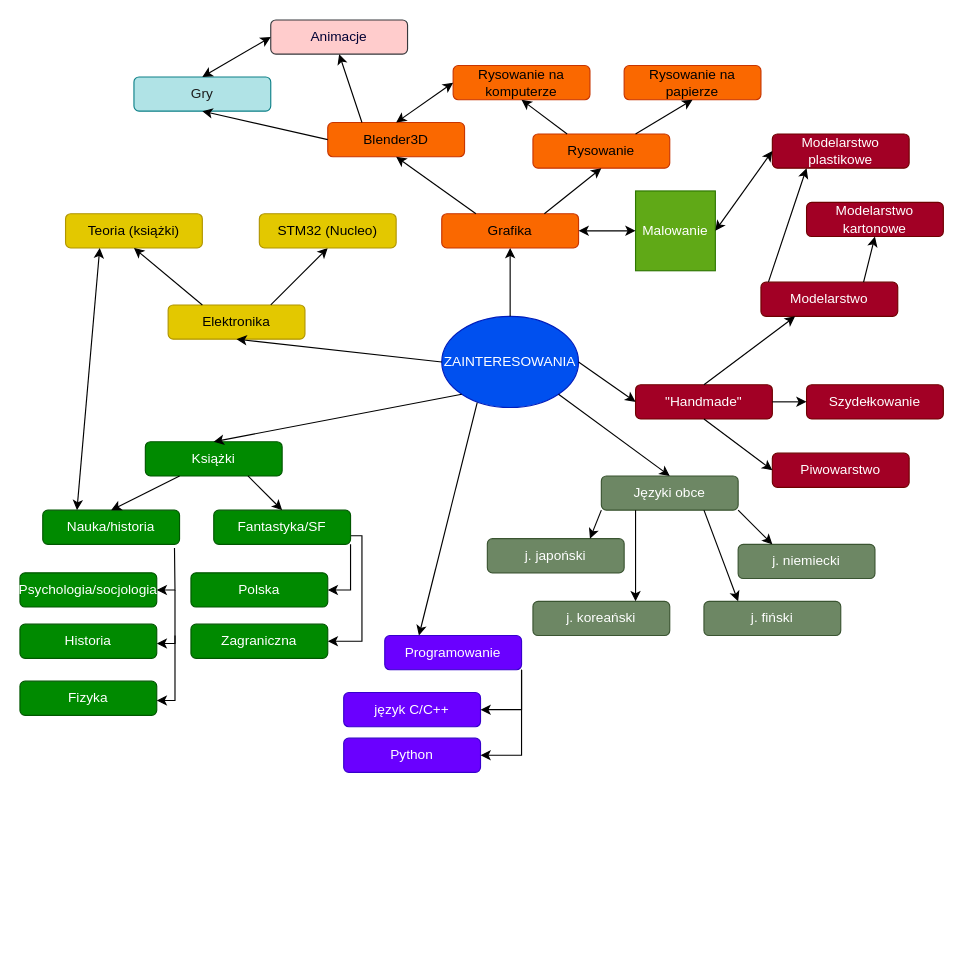
Dexmo-7/myWarmingUp keeps this draw.io diagram as Diagram bez tytułu.drawio. Above is the earlier version. Source tidied: cells renumbered, new cells numbered last; positions are measured from the earlier drawing's top-left corner, leaving out a move shared by most shapes. Both pictures are drawn from the tidied source at 114%, with x=0, y=0 at pixel (19, 19).
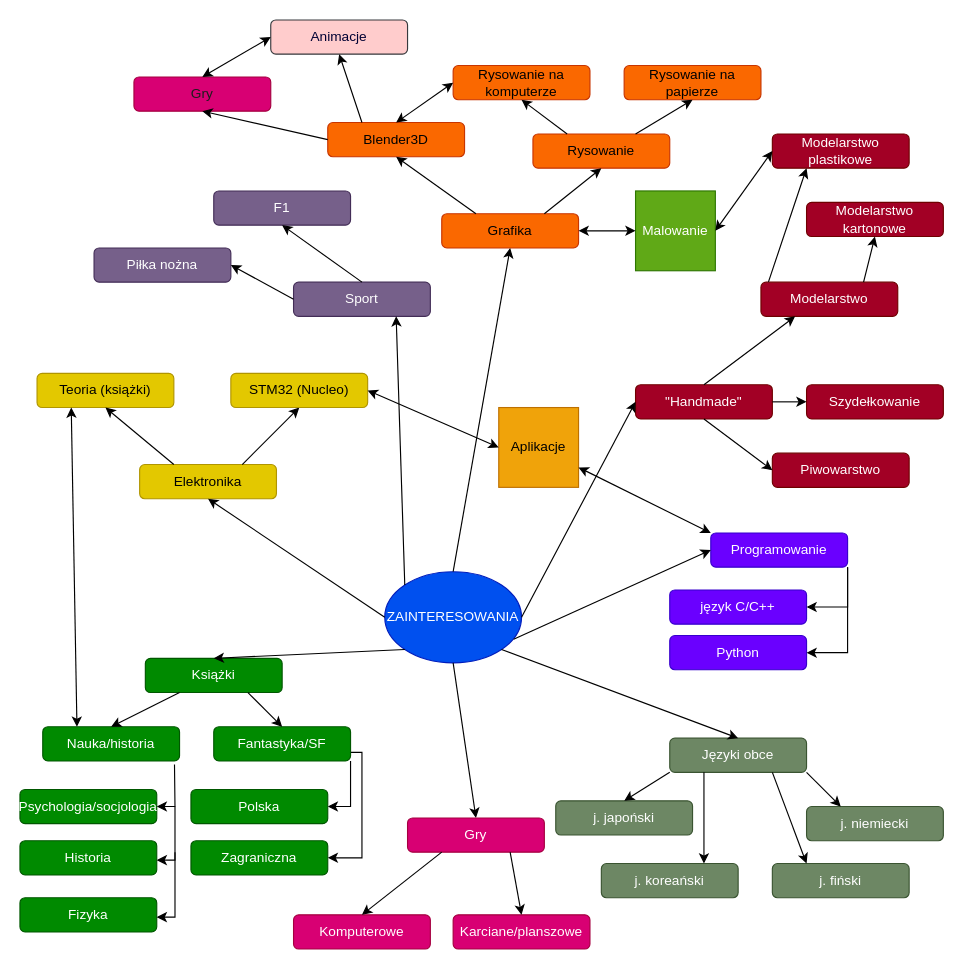
The same page after the edit.

Change to the diagram source:
```diff
@@
     <mxCell id="2" value="Elektronika" style="rounded=1;whiteSpace=wrap;html=1;fillColor=#e3c800;fontColor=#000000;strokeColor=#B09500;" parent="1" vertex="1">
-      <mxGeometry x="130" y="250" width="120" height="30" as="geometry" />
+      <mxGeometry x="105" y="390" width="120" height="30" as="geometry" />
     </mxCell>
@@
     <mxCell id="4" value="STM32 (Nucleo)" style="rounded=1;whiteSpace=wrap;html=1;fillColor=#e3c800;fontColor=#000000;strokeColor=#B09500;" parent="1" vertex="1">
-      <mxGeometry x="210" y="170" width="120" height="30" as="geometry" />
+      <mxGeometry x="185" y="310" width="120" height="30" as="geometry" />
     </mxCell>
@@
     <mxCell id="6" value="ZAINTERESOWANIA" style="ellipse;whiteSpace=wrap;html=1;fillColor=#0050ef;strokeColor=#001DBC;fontColor=#ffffff;" parent="1" vertex="1">
-      <mxGeometry x="370" y="260" width="120" height="80" as="geometry" />
+      <mxGeometry x="320" y="484" width="120" height="80" as="geometry" />
     </mxCell>
@@
     <mxCell id="9" value="Teoria (książki)" style="rounded=1;whiteSpace=wrap;html=1;fillColor=#e3c800;fontColor=#000000;strokeColor=#B09500;" parent="1" vertex="1">
-      <mxGeometry x="40" y="170" width="120" height="30" as="geometry" />
+      <mxGeometry x="15" y="310" width="120" height="30" as="geometry" />
     </mxCell>
@@
     <mxCell id="17" value="Książki" style="rounded=1;whiteSpace=wrap;html=1;fillColor=#008a00;fontColor=#ffffff;strokeColor=#005700;" parent="1" vertex="1">
-      <mxGeometry x="110" y="370" width="120" height="30" as="geometry" />
+      <mxGeometry x="110" y="560" width="120" height="30" as="geometry" />
     </mxCell>
@@
     <mxCell id="20" style="edgeStyle=orthogonalEdgeStyle;rounded=0;jettySize=auto;html=1;entryX=1;entryY=0.5;entryDx=0;entryDy=0;exitX=1;exitY=0.75;exitDx=0;exitDy=0;" parent="1" edge="1" source="21" target="60">
       <mxGeometry relative="1" as="geometry">
         <Array as="points">
-          <mxPoint x="300" y="453" />
-          <mxPoint x="300" y="545" />
+          <mxPoint x="300" y="643" />
+          <mxPoint x="300" y="735" />
         </Array>
       </mxGeometry>
     </mxCell>
     <mxCell id="21" value="Fantastyka/SF" style="rounded=1;whiteSpace=wrap;html=1;fillColor=#008a00;fontColor=#ffffff;strokeColor=#005700;" parent="1" vertex="1">
-      <mxGeometry x="170" y="430" width="120" height="30" as="geometry" />
+      <mxGeometry x="170" y="620" width="120" height="30" as="geometry" />
     </mxCell>
     <mxCell id="22" value="Nauka/historia" style="rounded=1;whiteSpace=wrap;html=1;fillColor=#008a00;fontColor=#ffffff;strokeColor=#005700;" parent="1" vertex="1">
-      <mxGeometry x="20" y="430" width="120" height="30" as="geometry" />
+      <mxGeometry x="20" y="620" width="120" height="30" as="geometry" />
     </mxCell>
@@
-    <mxCell id="43" value="&lt;font color=&quot;#1c1c1c&quot;&gt;Gry&lt;/font&gt;" style="rounded=1;whiteSpace=wrap;html=1;fillColor=#b0e3e6;strokeColor=#0e8088;" parent="1" vertex="1">
+    <mxCell id="43" value="&lt;font color=&quot;#1c1c1c&quot;&gt;Gry&lt;/font&gt;" style="rounded=1;whiteSpace=wrap;html=1;fillColor=#d80073;strokeColor=#A50040;fontColor=#ffffff;" parent="1" vertex="1">
       <mxGeometry x="100" y="50" width="120" height="30" as="geometry" />
     </mxCell>
@@
     <mxCell id="49" value="Języki obce" style="rounded=1;whiteSpace=wrap;html=1;fillColor=#6d8764;fontColor=#ffffff;strokeColor=#3A5431;" parent="1" vertex="1">
-      <mxGeometry x="510" y="400" width="120" height="30" as="geometry" />
+      <mxGeometry x="570" y="630" width="120" height="30" as="geometry" />
     </mxCell>
@@
     <mxCell id="51" value="j. japoński" style="rounded=1;whiteSpace=wrap;html=1;fillColor=#6d8764;fontColor=#ffffff;strokeColor=#3A5431;" parent="1" vertex="1">
-      <mxGeometry x="410" y="455" width="120" height="30" as="geometry" />
+      <mxGeometry x="470" y="685" width="120" height="30" as="geometry" />
     </mxCell>
     <mxCell id="52" value="j. niemiecki" style="rounded=1;whiteSpace=wrap;html=1;fillColor=#6d8764;fontColor=#ffffff;strokeColor=#3A5431;" parent="1" vertex="1">
-      <mxGeometry x="630" y="460" width="120" height="30" as="geometry" />
+      <mxGeometry x="690" y="690" width="120" height="30" as="geometry" />
     </mxCell>
     <mxCell id="53" value="j. koreański" style="rounded=1;whiteSpace=wrap;html=1;fillColor=#6d8764;fontColor=#ffffff;strokeColor=#3A5431;" parent="1" vertex="1">
-      <mxGeometry x="450" y="510" width="120" height="30" as="geometry" />
+      <mxGeometry x="510" y="740" width="120" height="30" as="geometry" />
     </mxCell>
     <mxCell id="54" value="j. fiński" style="rounded=1;whiteSpace=wrap;html=1;fillColor=#6d8764;fontColor=#ffffff;strokeColor=#3A5431;" parent="1" vertex="1">
-      <mxGeometry x="600" y="510" width="120" height="30" as="geometry" />
+      <mxGeometry x="660" y="740" width="120" height="30" as="geometry" />
     </mxCell>
-    <mxCell id="55" style="endArrow=classic;html=1;rounded=0;entryX=0.75;entryY=0;entryDx=0;entryDy=0;exitX=0;exitY=1;exitDx=0;exitDy=0;" parent="1" edge="1" source="49" target="51">
+    <mxCell id="55" style="endArrow=classic;html=1;rounded=0;entryX=0.5;entryY=0;entryDx=0;entryDy=0;exitX=0;exitY=1;exitDx=0;exitDy=0;" parent="1" edge="1" source="49" target="51">
       <mxGeometry relative="1" as="geometry" />
     </mxCell>
@@
     <mxCell id="59" value="Polska" style="rounded=1;whiteSpace=wrap;html=1;fillColor=#008a00;fontColor=#ffffff;strokeColor=#005700;" parent="1" vertex="1">
-      <mxGeometry x="150" y="485" width="120" height="30" as="geometry" />
+      <mxGeometry x="150" y="675" width="120" height="30" as="geometry" />
     </mxCell>
     <mxCell id="60" value="Zagraniczna" style="rounded=1;whiteSpace=wrap;html=1;fillColor=#008a00;fontColor=#ffffff;strokeColor=#005700;" parent="1" vertex="1">
-      <mxGeometry x="150" y="530" width="120" height="30" as="geometry" />
+      <mxGeometry x="150" y="720" width="120" height="30" as="geometry" />
     </mxCell>
     <mxCell id="61" value="Psychologia/socjologia" style="rounded=1;whiteSpace=wrap;html=1;fillColor=#008a00;fontColor=#ffffff;strokeColor=#005700;" parent="1" vertex="1">
-      <mxGeometry y="485" width="120" height="30" as="geometry" />
+      <mxGeometry y="675" width="120" height="30" as="geometry" />
     </mxCell>
     <mxCell id="62" value="Fizyka" style="rounded=1;whiteSpace=wrap;html=1;fillColor=#008a00;fontColor=#ffffff;strokeColor=#005700;" parent="1" vertex="1">
-      <mxGeometry y="580" width="120" height="30" as="geometry" />
+      <mxGeometry y="770" width="120" height="30" as="geometry" />
     </mxCell>
     <mxCell id="63" style="endArrow=classic;html=1;rounded=0;exitX=0.963;exitY=1.107;exitDx=0;exitDy=0;entryX=1;entryY=0.5;entryDx=0;entryDy=0;exitPerimeter=0;" parent="1" edge="1" source="22" target="61">
       <mxGeometry relative="1" as="geometry">
         <Array as="points">
-          <mxPoint x="136" y="500" />
+          <mxPoint x="136" y="690" />
         </Array>
       </mxGeometry>
     </mxCell>
     <mxCell id="64" style="endArrow=classic;html=1;rounded=0;" parent="1" edge="1">
       <mxGeometry relative="1" as="geometry">
-        <mxPoint x="136" y="500" as="sourcePoint" />
-        <mxPoint x="120" y="547" as="targetPoint" />
+        <mxPoint x="136" y="690" as="sourcePoint" />
+        <mxPoint x="120" y="737" as="targetPoint" />
         <Array as="points">
-          <mxPoint x="136" y="547" />
+          <mxPoint x="136" y="737" />
         </Array>
       </mxGeometry>
     </mxCell>
     <mxCell id="65" style="endArrow=classic;html=1;rounded=0;" parent="1" edge="1">
       <mxGeometry relative="1" as="geometry">
-        <mxPoint x="136" y="540" as="sourcePoint" />
-        <mxPoint x="120" y="597" as="targetPoint" />
+        <mxPoint x="136" y="730" as="sourcePoint" />
+        <mxPoint x="120" y="787" as="targetPoint" />
         <Array as="points">
-          <mxPoint x="136" y="597" />
+          <mxPoint x="136" y="787" />
         </Array>
       </mxGeometry>
     </mxCell>
     <mxCell id="66" value="Historia" style="rounded=1;whiteSpace=wrap;html=1;fillColor=#008a00;fontColor=#ffffff;strokeColor=#005700;" parent="1" vertex="1">
-      <mxGeometry y="530" width="120" height="30" as="geometry" />
+      <mxGeometry y="720" width="120" height="30" as="geometry" />
     </mxCell>
     <mxCell id="67" value="Programowanie" style="rounded=1;whiteSpace=wrap;html=1;fillColor=#6a00ff;strokeColor=#3700CC;fontColor=#ffffff;" parent="1" vertex="1">
-      <mxGeometry x="320" y="540" width="120" height="30" as="geometry" />
+      <mxGeometry x="606" y="450" width="120" height="30" as="geometry" />
     </mxCell>
-    <mxCell id="68" style="endArrow=classic;html=1;rounded=0;exitX=0.259;exitY=0.945;exitDx=0;exitDy=0;exitPerimeter=0;entryX=0.25;entryY=0;entryDx=0;entryDy=0;" parent="1" edge="1" source="6" target="67">
+    <mxCell id="68" style="endArrow=classic;html=1;rounded=0;exitX=0.942;exitY=0.74;exitDx=0;exitDy=0;exitPerimeter=0;entryX=0;entryY=0.5;entryDx=0;entryDy=0;" parent="1" edge="1" source="6" target="67">
       <mxGeometry relative="1" as="geometry" />
     </mxCell>
     <mxCell id="69" value="język C/C++" style="rounded=1;whiteSpace=wrap;html=1;fillColor=#6a00ff;strokeColor=#3700CC;fontColor=#ffffff;" parent="1" vertex="1">
-      <mxGeometry x="284" y="590" width="120" height="30" as="geometry" />
+      <mxGeometry x="570" y="500" width="120" height="30" as="geometry" />
     </mxCell>
     <mxCell id="70" value="Python" style="rounded=1;whiteSpace=wrap;html=1;fillColor=#6a00ff;strokeColor=#3700CC;fontColor=#ffffff;" parent="1" vertex="1">
-      <mxGeometry x="284" y="630" width="120" height="30" as="geometry" />
+      <mxGeometry x="570" y="540" width="120" height="30" as="geometry" />
     </mxCell>
     <mxCell id="71" style="endArrow=classic;html=1;rounded=0;exitX=1;exitY=1;exitDx=0;exitDy=0;entryX=1;entryY=0.5;entryDx=0;entryDy=0;" parent="1" edge="1" source="67" target="69">
       <mxGeometry relative="1" as="geometry">
         <Array as="points">
-          <mxPoint x="440" y="605" />
+          <mxPoint x="726" y="515" />
         </Array>
       </mxGeometry>
     </mxCell>
     <mxCell id="72" style="endArrow=classic;html=1;rounded=0;entryX=1;entryY=0.5;entryDx=0;entryDy=0;exitX=1;exitY=1;exitDx=0;exitDy=0;" parent="1" edge="1" source="67" target="70">
       <mxGeometry relative="1" as="geometry">
         <Array as="points">
-          <mxPoint x="440" y="645" />
+          <mxPoint x="726" y="555" />
         </Array>
       </mxGeometry>
     </mxCell>
+    <mxCell id="73" style="endArrow=classic;html=1;rounded=0;exitX=0.5;exitY=1;exitDx=0;exitDy=0;entryX=0.5;entryY=0;entryDx=0;entryDy=0;" parent="1" edge="1" source="6" target="74">
+      <mxGeometry relative="1" as="geometry" />
+    </mxCell>
+    <mxCell id="74" value="Gry" style="rounded=1;whiteSpace=wrap;html=1;fillColor=#d80073;fontColor=#ffffff;strokeColor=#A50040;" parent="1" vertex="1">
+      <mxGeometry x="340" y="700" width="120" height="30" as="geometry" />
+    </mxCell>
+    <mxCell id="75" value="Komputerowe" style="rounded=1;whiteSpace=wrap;html=1;fillColor=#d80073;fontColor=#ffffff;strokeColor=#A50040;" parent="1" vertex="1">
+      <mxGeometry x="240" y="785" width="120" height="30" as="geometry" />
+    </mxCell>
+    <mxCell id="76" value="Karciane/planszowe" style="rounded=1;whiteSpace=wrap;html=1;fillColor=#d80073;fontColor=#ffffff;strokeColor=#A50040;" parent="1" vertex="1">
+      <mxGeometry x="380" y="785" width="120" height="30" as="geometry" />
+    </mxCell>
+    <mxCell id="77" style="endArrow=classic;html=1;rounded=0;entryX=0.5;entryY=0;entryDx=0;entryDy=0;exitX=0.25;exitY=1;exitDx=0;exitDy=0;" parent="1" edge="1" source="74" target="75">
+      <mxGeometry relative="1" as="geometry" />
+    </mxCell>
+    <mxCell id="78" style="endArrow=classic;html=1;rounded=0;entryX=0.5;entryY=0;entryDx=0;entryDy=0;exitX=0.75;exitY=1;exitDx=0;exitDy=0;" parent="1" edge="1" source="74" target="76">
+      <mxGeometry relative="1" as="geometry" />
+    </mxCell>
+    <mxCell id="79" value="Sport" style="rounded=1;whiteSpace=wrap;html=1;fillColor=#76608a;fontColor=#ffffff;strokeColor=#432D57;" parent="1" vertex="1">
+      <mxGeometry x="240" y="230" width="120" height="30" as="geometry" />
+    </mxCell>
+    <mxCell id="80" value="F1" style="rounded=1;whiteSpace=wrap;html=1;fillColor=#76608a;fontColor=#ffffff;strokeColor=#432D57;" parent="1" vertex="1">
+      <mxGeometry x="170" y="150" width="120" height="30" as="geometry" />
+    </mxCell>
+    <mxCell id="81" value="Piłka nożna" style="rounded=1;whiteSpace=wrap;html=1;fillColor=#76608a;fontColor=#ffffff;strokeColor=#432D57;" parent="1" vertex="1">
+      <mxGeometry x="65" y="200" width="120" height="30" as="geometry" />
+    </mxCell>
+    <mxCell id="82" style="endArrow=classic;html=1;rounded=0;entryX=0.75;entryY=1;entryDx=0;entryDy=0;exitX=0;exitY=0;exitDx=0;exitDy=0;" parent="1" edge="1" source="6" target="79">
+      <mxGeometry relative="1" as="geometry" />
+    </mxCell>
+    <mxCell id="83" style="endArrow=classic;html=1;rounded=0;entryX=0.5;entryY=1;entryDx=0;entryDy=0;exitX=0.5;exitY=0;exitDx=0;exitDy=0;" parent="1" edge="1" source="79" target="80">
+      <mxGeometry relative="1" as="geometry" />
+    </mxCell>
+    <mxCell id="84" style="endArrow=classic;html=1;rounded=0;entryX=1;entryY=0.5;entryDx=0;entryDy=0;exitX=0;exitY=0.5;exitDx=0;exitDy=0;" parent="1" edge="1" source="79" target="81">
+      <mxGeometry relative="1" as="geometry" />
+    </mxCell>
+    <mxCell id="85" value="Aplikacje" style="whiteSpace=wrap;html=1;fillColor=#f0a30a;fontColor=#000000;strokeColor=#BD7000;" parent="1" vertex="1">
+      <mxGeometry x="420" y="340" width="70" height="70" as="geometry" />
+    </mxCell>
+    <mxCell id="86" style="endArrow=classic;startArrow=classic;html=1;rounded=0;exitX=1;exitY=0.5;exitDx=0;exitDy=0;entryX=0;entryY=0.5;entryDx=0;entryDy=0;" parent="1" edge="1" source="4" target="85">
+      <mxGeometry relative="1" as="geometry" />
+    </mxCell>
+    <mxCell id="87" style="endArrow=classic;startArrow=classic;html=1;rounded=0;exitX=1;exitY=0.75;exitDx=0;exitDy=0;entryX=0;entryY=0;entryDx=0;entryDy=0;" parent="1" edge="1" source="85" target="67">
+      <mxGeometry relative="1" as="geometry" />
+    </mxCell>
```
